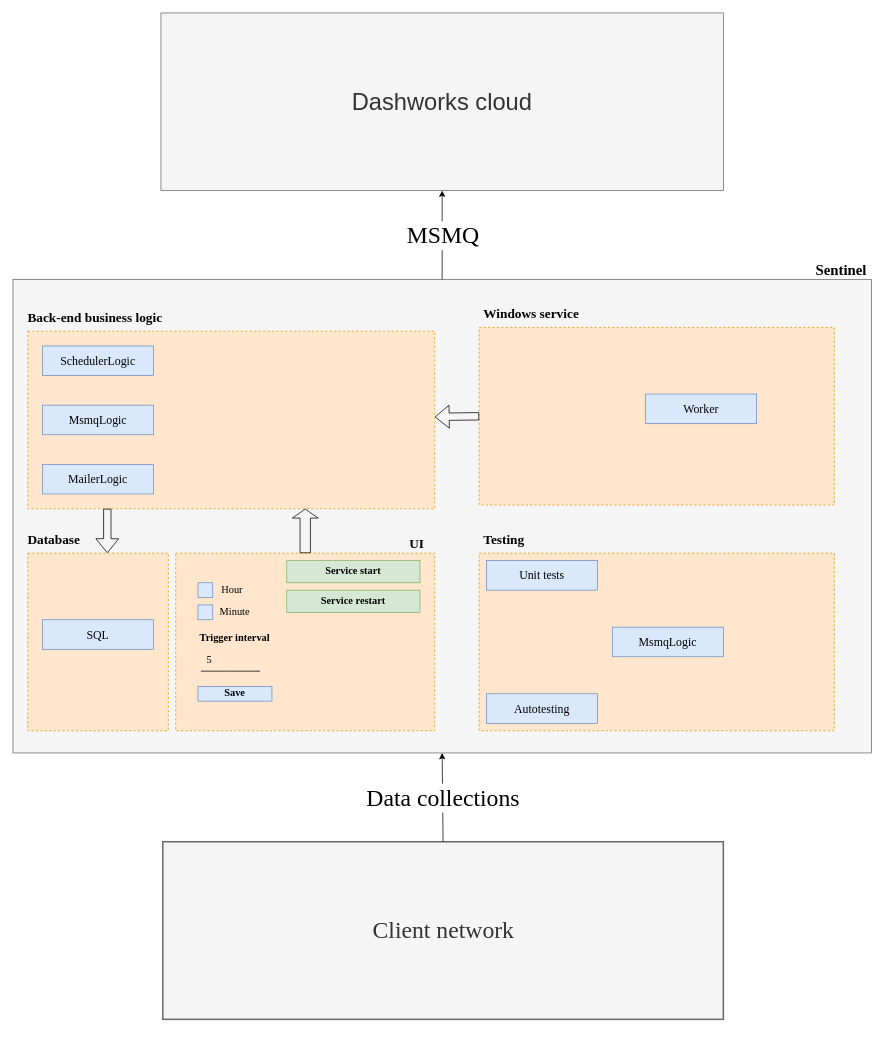
Earlier version of the draw.io diagram src/assets/Untitled Diagram.drawio (ValeryYuntsevich/ag-grid). Source tidied: cells renumbered, new cells numbered last; positions are measured from the earlier drawing's top-left corner, leaving out a move shared by most shapes. Both pictures are drawn from the tidied source at 74%, with x=0, y=0 at pixel (13, 13).
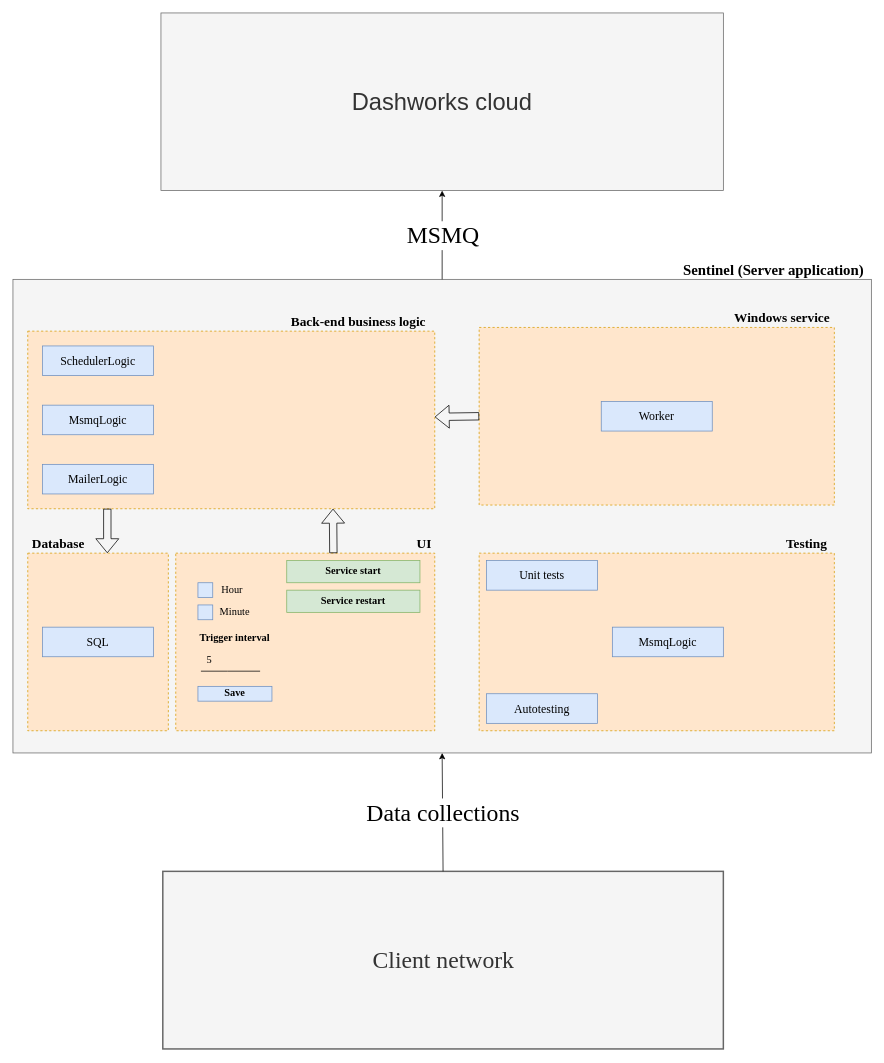
The same page after the edit.

The change refers to these unchanged cells:
```xml
<mxCell id="8" style="rounded=0;whiteSpace=wrap;html=1;fontFamily=Times New Roman;fontSize=18;strokeWidth=1;dashed=1;fillColor=#ffe6cc;strokeColor=#d79b00;" parent="1" vertex="1">
  <mxGeometry x="20" y="430" width="550" height="240" as="geometry" />
</mxCell>
<mxCell id="29" style="rounded=0;whiteSpace=wrap;html=1;fontFamily=Times New Roman;fontSize=14;strokeWidth=1;fillColor=#ffe6cc;strokeColor=#d79b00;dashed=1;" parent="1" vertex="1">
  <mxGeometry x="220" y="730" width="350" height="240" as="geometry" />
</mxCell>
```

Diff of the diagram source:
```diff
@@
-    <mxCell id="5" value="Sentinel" style="text;strokeColor=none;fillColor=none;align=left;verticalAlign=middle;spacingLeft=4;spacingRight=4;overflow=hidden;fontFamily=Times New Roman;fontSize=20;fontStyle=1;" parent="1" vertex="1">
-      <mxGeometry x="1079" y="330" width="81" height="30" as="geometry" />
+    <mxCell id="5" value="Sentinel (Server application)" style="text;strokeColor=none;fillColor=none;align=left;verticalAlign=middle;spacingLeft=4;spacingRight=4;overflow=hidden;fontFamily=Times New Roman;fontSize=20;fontStyle=1;" parent="1" vertex="1">
+      <mxGeometry x="900" y="330" width="260" height="30" as="geometry" />
     </mxCell>
     <mxCell id="6" value="UI" style="text;strokeColor=none;fillColor=none;align=left;verticalAlign=middle;spacingLeft=4;spacingRight=4;overflow=hidden;fontFamily=Times New Roman;fontSize=18;fontStyle=1;" parent="1" vertex="1">
-      <mxGeometry x="530" y="700" width="30" height="30" as="geometry" />
+      <mxGeometry x="540" y="700" width="30" height="30" as="geometry" />
     </mxCell>
     <mxCell id="7" value="Back-end business logic " style="text;strokeColor=none;fillColor=none;align=left;verticalAlign=middle;spacingLeft=4;spacingRight=4;overflow=hidden;fontFamily=Times New Roman;fontSize=18;fontStyle=1;" parent="1" vertex="1">
-      <mxGeometry x="14" y="395" width="216" height="30" as="geometry" />
+      <mxGeometry x="370" y="400" width="200" height="30" as="geometry" />
     </mxCell>
@@
     <mxCell id="11" value="Client network" style="rounded=0;whiteSpace=wrap;html=1;fontFamily=Times New Roman;fontSize=32;strokeWidth=2;fillColor=#f5f5f5;fontColor=#333333;strokeColor=#666666;" parent="1" vertex="1">
-      <mxGeometry x="202.5" y="1120" width="757.5" height="240" as="geometry" />
+      <mxGeometry x="202.5" y="1160" width="757.5" height="240" as="geometry" />
     </mxCell>
@@
     <mxCell id="17" value="Windows service" style="text;strokeColor=none;fillColor=none;align=left;verticalAlign=middle;spacingLeft=4;spacingRight=4;overflow=hidden;fontFamily=Times New Roman;fontSize=18;fontStyle=1;" parent="1" vertex="1">
-      <mxGeometry x="630" y="390" width="140" height="30" as="geometry" />
+      <mxGeometry x="969" y="395" width="140" height="30" as="geometry" />
     </mxCell>
     <mxCell id="18" value="Worker" style="rounded=0;whiteSpace=wrap;html=1;fontFamily=Times New Roman;fontSize=16;fillColor=#dae8fc;strokeColor=#6c8ebf;" parent="1" vertex="1">
-      <mxGeometry x="855" y="515" width="150" height="40" as="geometry" />
+      <mxGeometry x="795" y="525" width="150" height="40" as="geometry" />
     </mxCell>
@@
     <mxCell id="20" value="Database" style="text;strokeColor=none;fillColor=none;align=left;verticalAlign=middle;spacingLeft=4;spacingRight=4;overflow=hidden;fontFamily=Times New Roman;fontSize=18;fontStyle=1;" parent="1" vertex="1">
-      <mxGeometry x="14" y="695" width="216" height="30" as="geometry" />
+      <mxGeometry x="20" y="700" width="80" height="30" as="geometry" />
     </mxCell>
     <mxCell id="21" value="SQL" style="rounded=0;whiteSpace=wrap;html=1;fontFamily=Times New Roman;fontSize=16;fillColor=#dae8fc;strokeColor=#6c8ebf;" parent="1" vertex="1">
-      <mxGeometry x="40" y="820" width="150" height="40" as="geometry" />
+      <mxGeometry x="40" y="830" width="150" height="40" as="geometry" />
     </mxCell>
@@
     <mxCell id="25" value="Testing" style="text;strokeColor=none;fillColor=none;align=left;verticalAlign=middle;spacingLeft=4;spacingRight=4;overflow=hidden;fontFamily=Times New Roman;fontSize=18;fontStyle=1;" parent="1" vertex="1">
-      <mxGeometry x="630" y="695" width="70" height="30" as="geometry" />
+      <mxGeometry x="1039" y="700" width="71" height="30" as="geometry" />
     </mxCell>
@@
-    <mxCell id="40" style="shape=flexArrow;endArrow=classic;html=1;rounded=0;exitX=0.5;exitY=0;exitDx=0;exitDy=0;width=14;endSize=3.7;" parent="1" edge="1" source="29">
-      <mxGeometry relative="1" as="geometry">
-        <mxPoint x="395" y="670" as="targetPoint" />
-      </mxGeometry>
-    </mxCell>
@@
+    <mxCell id="43" style="shape=flexArrow;endArrow=classic;html=1;rounded=0;entryX=0.75;entryY=1;entryDx=0;entryDy=0;" parent="1" edge="1" target="8">
+      <mxGeometry relative="1" as="geometry">
+        <mxPoint x="433" y="730" as="sourcePoint" />
+      </mxGeometry>
+    </mxCell>
```
